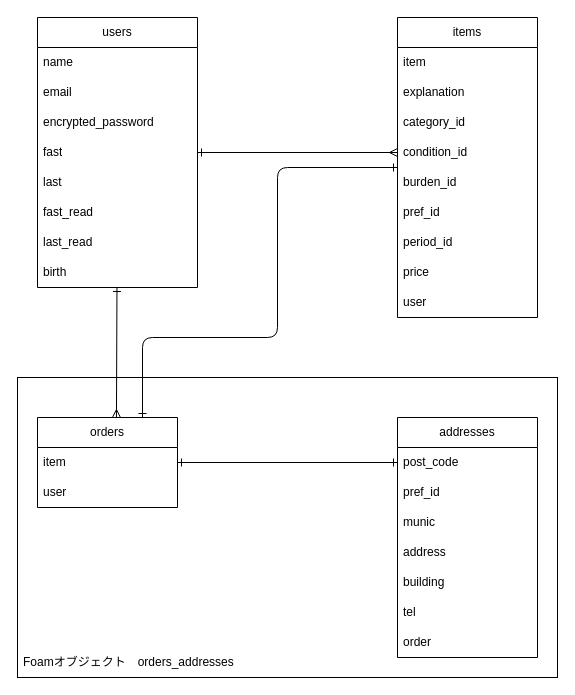
Above: DB.dio in saya4444/furima-39954 (draw.io), before the change. Source tidied: cells renumbered, new cells numbered last; positions are measured from the earlier drawing's top-left corner, leaving out a move shared by most shapes. Both pictures are drawn from the tidied source at 100%, with x=0, y=0 at pixel (17, 17).
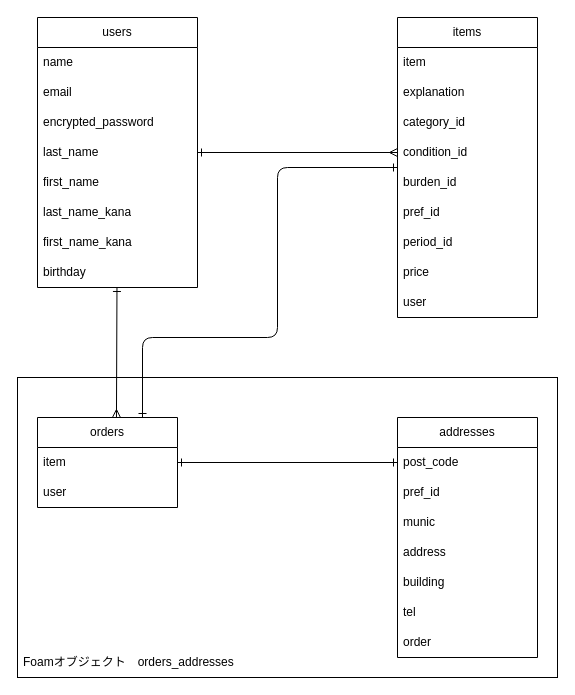
Above is the later version.

Unchanged cells that the change refers to:
```xml
<mxCell id="5" value="users" style="swimlane;fontStyle=0;horizontal=1;startSize=30;whiteSpace=wrap;html=1;" parent="1" vertex="1">
  <mxGeometry x="20" width="160" height="270" as="geometry" />
</mxCell>
```

The edit, as a diff of the source:
```diff
@@
-    <mxCell id="9" value="fast" style="text;strokeColor=none;fillColor=none;align=left;verticalAlign=middle;spacingLeft=4;spacingRight=4;overflow=hidden;whiteSpace=wrap;html=1;" parent="5" vertex="1">
+    <mxCell id="9" value="last_name" style="text;strokeColor=none;fillColor=none;align=left;verticalAlign=middle;spacingLeft=4;spacingRight=4;overflow=hidden;whiteSpace=wrap;html=1;" parent="5" vertex="1">
       <mxGeometry y="120" width="160" height="30" as="geometry" />
     </mxCell>
-    <mxCell id="10" value="last" style="text;strokeColor=none;fillColor=none;align=left;verticalAlign=middle;spacingLeft=4;spacingRight=4;overflow=hidden;whiteSpace=wrap;html=1;" parent="5" vertex="1">
+    <mxCell id="10" value="first_name" style="text;strokeColor=none;fillColor=none;align=left;verticalAlign=middle;spacingLeft=4;spacingRight=4;overflow=hidden;whiteSpace=wrap;html=1;" parent="5" vertex="1">
       <mxGeometry y="150" width="160" height="30" as="geometry" />
     </mxCell>
-    <mxCell id="11" value="fast_read" style="text;strokeColor=none;fillColor=none;align=left;verticalAlign=middle;spacingLeft=4;spacingRight=4;overflow=hidden;whiteSpace=wrap;html=1;" parent="5" vertex="1">
+    <mxCell id="11" value="last_name_kana" style="text;strokeColor=none;fillColor=none;align=left;verticalAlign=middle;spacingLeft=4;spacingRight=4;overflow=hidden;whiteSpace=wrap;html=1;" parent="5" vertex="1">
       <mxGeometry y="180" width="160" height="30" as="geometry" />
     </mxCell>
-    <mxCell id="12" value="last_read" style="text;strokeColor=none;fillColor=none;align=left;verticalAlign=middle;spacingLeft=4;spacingRight=4;overflow=hidden;whiteSpace=wrap;html=1;" parent="5" vertex="1">
+    <mxCell id="12" value="first_name_kana" style="text;strokeColor=none;fillColor=none;align=left;verticalAlign=middle;spacingLeft=4;spacingRight=4;overflow=hidden;whiteSpace=wrap;html=1;" parent="5" vertex="1">
       <mxGeometry y="210" width="160" height="30" as="geometry" />
     </mxCell>
-    <mxCell id="13" value="birth" style="text;strokeColor=none;fillColor=none;align=left;verticalAlign=middle;spacingLeft=4;spacingRight=4;overflow=hidden;whiteSpace=wrap;html=1;" parent="5" vertex="1">
+    <mxCell id="13" value="birthday" style="text;strokeColor=none;fillColor=none;align=left;verticalAlign=middle;spacingLeft=4;spacingRight=4;overflow=hidden;whiteSpace=wrap;html=1;" parent="5" vertex="1">
       <mxGeometry y="240" width="160" height="30" as="geometry" />
     </mxCell>
```
